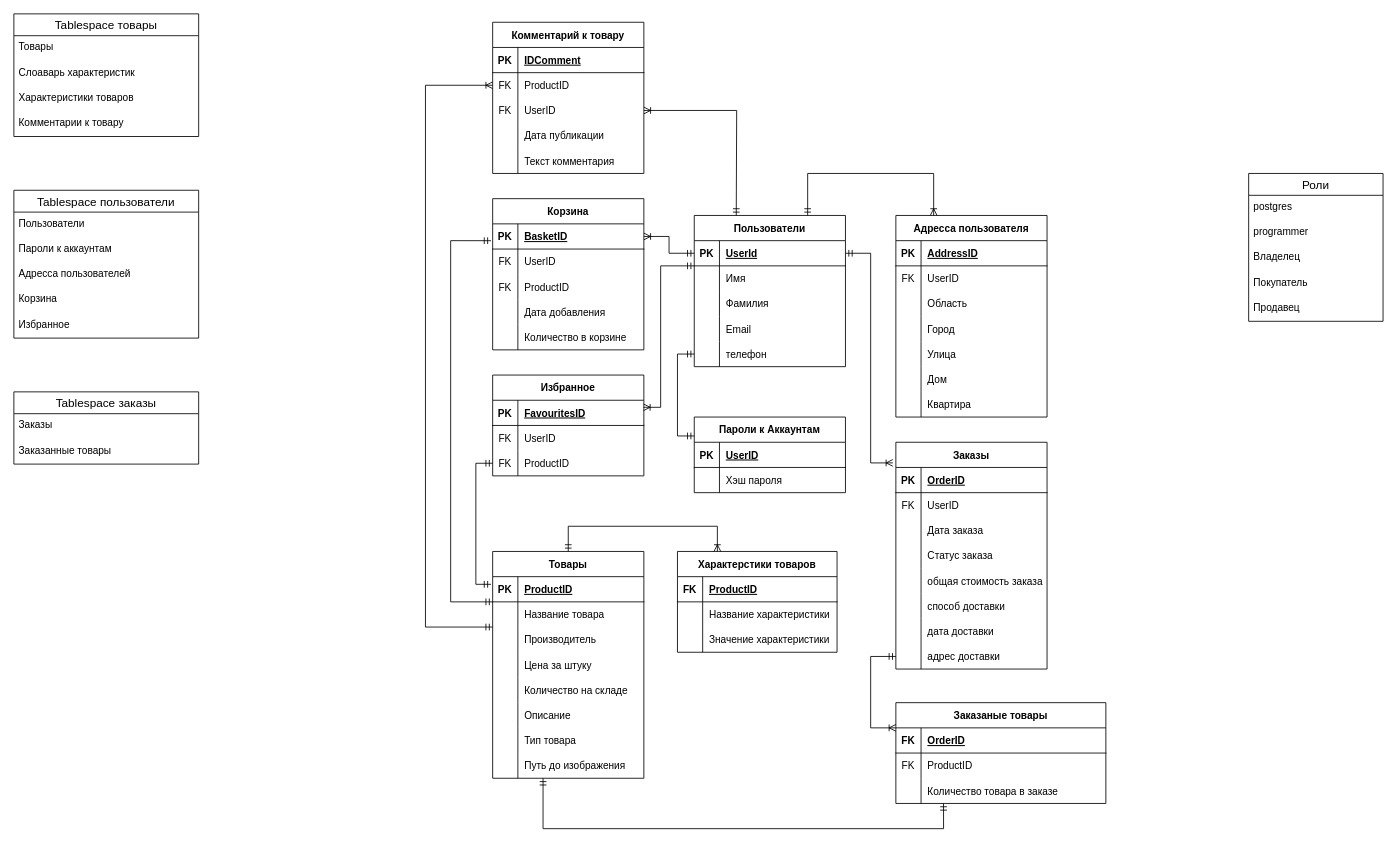
Above: docs/UML схема БД — новая.drawio in Stanlslaw/DB-Project-PostgreSQL-2k2s (draw.io), before the change. Source tidied: cells renumbered, new cells numbered last; positions are measured from the earlier drawing's top-left corner, leaving out a move shared by most shapes. Both pictures are drawn from the tidied source at 84%, with x=0, y=0 at pixel (13, 13).
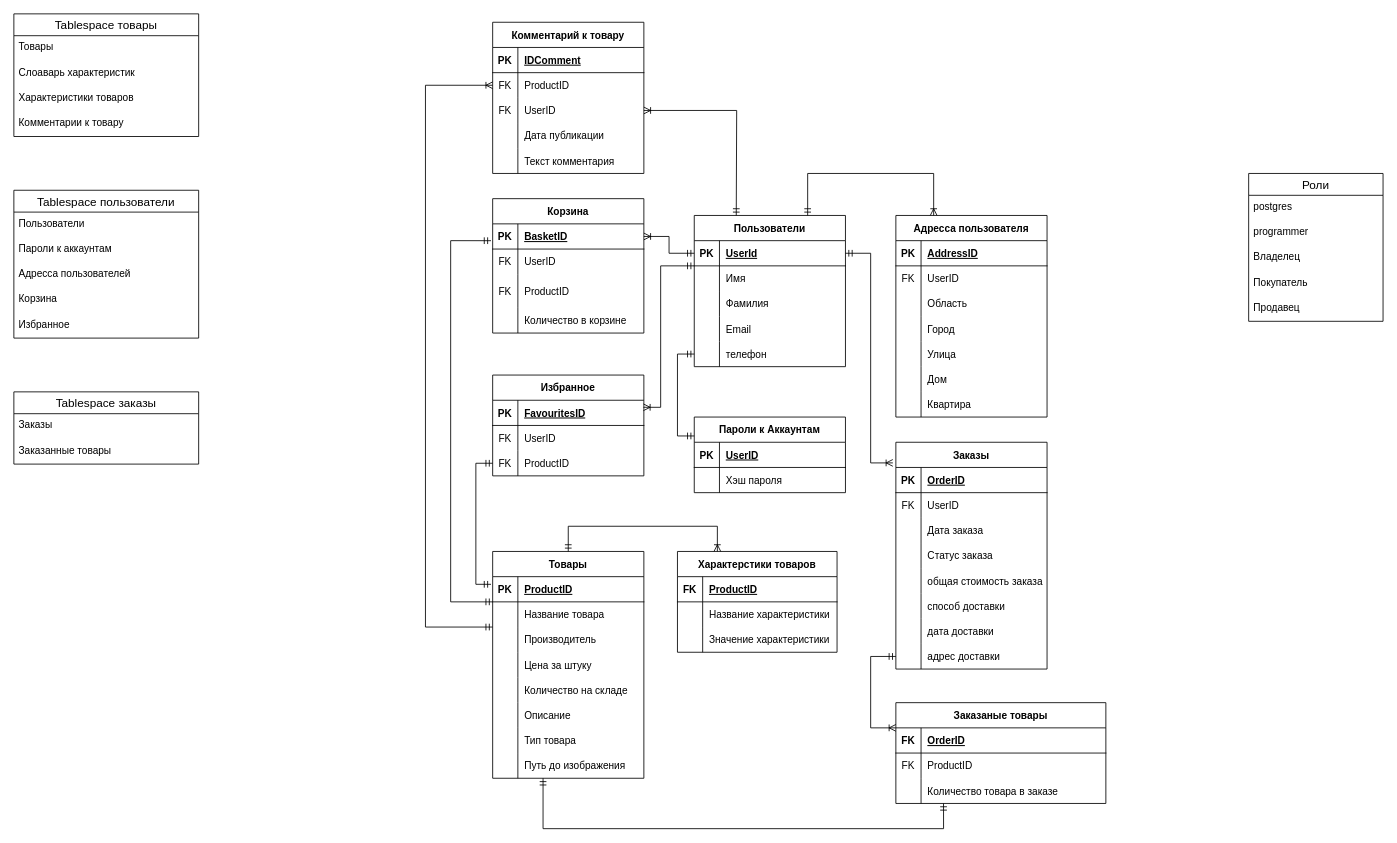
The same diagram, later.

Diff of the diagram source:
```diff
@@
     <mxCell id="41" value="Корзина" style="shape=table;startSize=30;childLayout=tableLayout;rowLines=0;fontStyle=1;align=center;" parent="1" vertex="1">
-      <mxGeometry x="570" y="220" width="180" height="180" as="geometry" />
+      <mxGeometry x="570" y="220" width="180" height="160" as="geometry" />
     </mxCell>
@@
     <mxCell id="48" style="shape=tableRow;horizontal=0;startSize=0;swimlaneHead=0;swimlaneBody=0;fillColor=none;top=0;left=0;right=0;bottom=0;" parent="41" vertex="1">
-      <mxGeometry y="90" width="180" height="30" as="geometry" />
+      <mxGeometry y="90" width="180" height="40" as="geometry" />
     </mxCell>
     <mxCell id="49" value="FK" style="shape=partialRectangle;fillColor=none;top=0;left=0;bottom=0;right=0;overflow=hidden;" parent="48" vertex="1">
-      <mxGeometry width="30" height="30" as="geometry" />
+      <mxGeometry width="30" height="40" as="geometry" />
     </mxCell>
     <mxCell id="50" value="ProductID" style="shape=partialRectangle;fillColor=none;top=0;left=0;bottom=0;right=0;align=left;spacingLeft=6;overflow=hidden;" parent="48" vertex="1">
-      <mxGeometry x="30" width="150" height="30" as="geometry" />
+      <mxGeometry x="30" width="150" height="40" as="geometry" />
     </mxCell>
-    <mxCell id="51" style="shape=tableRow;horizontal=0;startSize=0;swimlaneHead=0;swimlaneBody=0;fillColor=none;top=0;left=0;right=0;bottom=0;" parent="41" vertex="1">
-      <mxGeometry y="120" width="180" height="30" as="geometry" />
-    </mxCell>
-    <mxCell id="52" style="shape=partialRectangle;fillColor=none;top=0;left=0;bottom=0;right=0;overflow=hidden;" parent="51" vertex="1">
-      <mxGeometry width="30" height="30" as="geometry" />
-    </mxCell>
-    <mxCell id="53" value="Дата добавления" style="shape=partialRectangle;fillColor=none;top=0;left=0;bottom=0;right=0;align=left;spacingLeft=6;overflow=hidden;" parent="51" vertex="1">
-      <mxGeometry x="30" width="150" height="30" as="geometry" />
-    </mxCell>
     <mxCell id="54" style="shape=tableRow;horizontal=0;startSize=0;swimlaneHead=0;swimlaneBody=0;fillColor=none;top=0;left=0;right=0;bottom=0;" parent="41" vertex="1">
-      <mxGeometry y="150" width="180" height="30" as="geometry" />
+      <mxGeometry y="130" width="180" height="30" as="geometry" />
     </mxCell>
```
